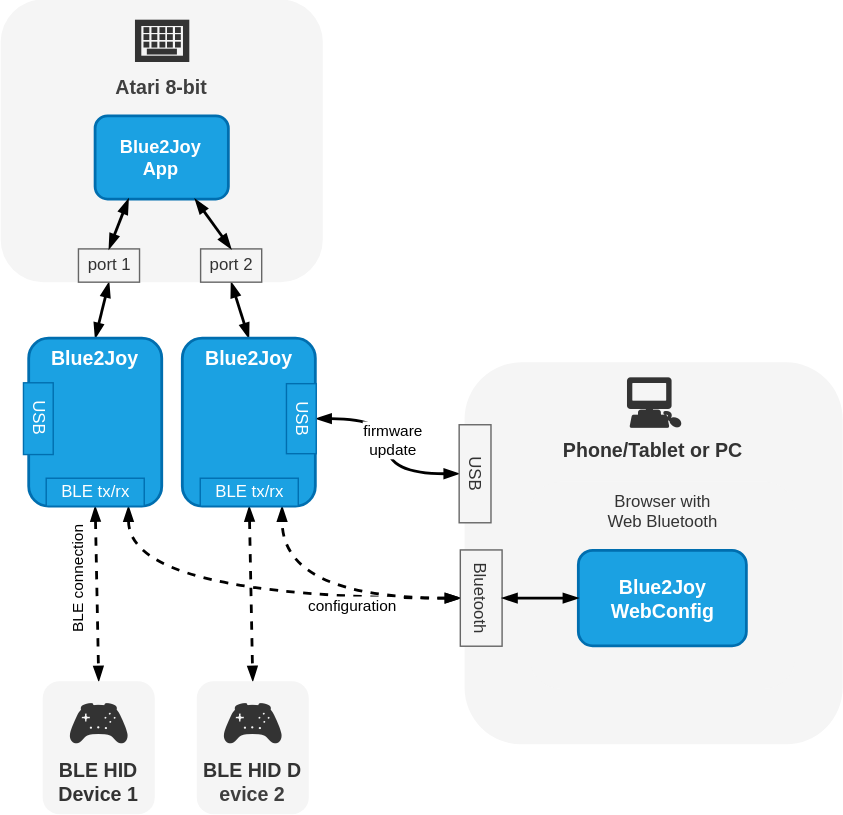
cepetr/blue2joy keeps this draw.io diagram as doc/images/sys.drawio.svg. Above is the earlier version. Source tidied: cells renumbered, new cells last; positions are measured from the earlier drawing's top-left corner, leaving out a move shared by most shapes. Source of this version:
```xml
<mxGraphModel>
  <root>
    <mxCell id="0" />
    <mxCell id="1" parent="0" />
    <mxCell id="2" style="edgeStyle=none;html=1;entryX=0.5;entryY=0;entryDx=0;entryDy=0;strokeWidth=2;endArrow=blockThin;endFill=1;dashed=1;startArrow=blockThin;startFill=1;exitX=0.5;exitY=1;exitDx=0;exitDy=0;" parent="1" edge="1" source="16" target="4">
      <mxGeometry relative="1" as="geometry" />
    </mxCell>
    <mxCell id="3" value="BLE connection" style="edgeLabel;html=1;align=center;verticalAlign=middle;rotation=-90;" parent="2" vertex="1">
      <mxGeometry x="-0.43" y="-2" relative="1" as="geometry">
        <mxPoint x="-12" y="17" as="offset" />
      </mxGeometry>
    </mxCell>
    <mxCell id="4" value="&lt;font style=&quot;font-size: 40px;&quot;&gt;&lt;font style=&quot;&quot;&gt;🎮&lt;/font&gt;&lt;br&gt;&lt;/font&gt;BLE HID Device 1" style="rounded=1;whiteSpace=wrap;html=1;fillColor=#f5f5f5;strokeColor=none;strokeWidth=2;fontSize=14;fontStyle=1;fontColor=#333333;" parent="1" vertex="1">
      <mxGeometry x="30" y="487" width="80" height="95" as="geometry" />
    </mxCell>
    <mxCell id="5" style="edgeStyle=orthogonalEdgeStyle;html=1;entryX=0.75;entryY=1;entryDx=0;entryDy=0;exitX=0.5;exitY=1;exitDx=0;exitDy=0;strokeWidth=2;endArrow=blockThin;endFill=1;dashed=1;curved=1;startArrow=blockThin;startFill=1;" parent="1" edge="1" source="28" target="15">
      <mxGeometry relative="1" as="geometry" />
    </mxCell>
    <mxCell id="6" value="configuration" style="edgeLabel;html=1;align=center;verticalAlign=middle;" parent="5" vertex="1">
      <mxGeometry x="-0.4" y="-5" relative="1" as="geometry">
        <mxPoint x="13" y="10" as="offset" />
      </mxGeometry>
    </mxCell>
    <mxCell id="7" style="edgeStyle=orthogonalEdgeStyle;html=1;entryX=0.75;entryY=1;entryDx=0;entryDy=0;exitX=0.5;exitY=1;exitDx=0;exitDy=0;strokeWidth=2;endArrow=blockThin;endFill=1;dashed=1;curved=1;startArrow=blockThin;startFill=1;" parent="1" edge="1" source="28" target="20">
      <mxGeometry relative="1" as="geometry" />
    </mxCell>
    <mxCell id="8" style="edgeStyle=none;html=1;exitX=0.5;exitY=1;exitDx=0;exitDy=0;strokeWidth=2;endArrow=blockThin;endFill=1;entryX=0.5;entryY=0;entryDx=0;entryDy=0;startArrow=blockThin;startFill=1;" parent="1" edge="1" source="34" target="15">
      <mxGeometry relative="1" as="geometry" />
    </mxCell>
    <mxCell id="9" style="edgeStyle=none;html=1;exitX=0.5;exitY=1;exitDx=0;exitDy=0;entryX=0.5;entryY=0;entryDx=0;entryDy=0;strokeWidth=2;endArrow=blockThin;endFill=1;startArrow=blockThin;startFill=1;" parent="1" edge="1" source="35" target="20">
      <mxGeometry relative="1" as="geometry" />
    </mxCell>
    <mxCell id="10" style="edgeStyle=none;html=1;exitX=0.5;exitY=1;exitDx=0;exitDy=0;entryX=0.5;entryY=0;entryDx=0;entryDy=0;strokeWidth=2;endArrow=blockThin;endFill=1;dashed=1;startArrow=blockThin;startFill=1;" parent="1" edge="1" source="22" target="11">
      <mxGeometry relative="1" as="geometry" />
    </mxCell>
    <mxCell id="11" value="&lt;font style=&quot;font-size: 40px;&quot;&gt;&lt;font style=&quot;&quot;&gt;🎮 &lt;/font&gt;&lt;br&gt;&lt;/font&gt;BLE HID D&lt;span style=&quot;color: rgb(63, 63, 63); background-color: transparent;&quot;&gt;evice 2&lt;/span&gt;" style="rounded=1;whiteSpace=wrap;html=1;fillColor=#f5f5f5;strokeColor=none;strokeWidth=2;fontSize=14;fontStyle=1;fontColor=#333333;" parent="1" vertex="1">
      <mxGeometry x="140" y="487" width="80" height="95" as="geometry" />
    </mxCell>
    <mxCell id="12" style="edgeStyle=orthogonalEdgeStyle;html=1;exitX=0.5;exitY=1;exitDx=0;exitDy=0;entryX=0.5;entryY=0;entryDx=0;entryDy=0;curved=1;endArrow=blockThin;endFill=1;strokeWidth=2;startArrow=blockThin;startFill=1;" parent="1" edge="1" source="30" target="21">
      <mxGeometry relative="1" as="geometry" />
    </mxCell>
    <mxCell id="13" value="firmware&lt;div&gt;update&lt;/div&gt;" style="edgeLabel;html=1;align=center;verticalAlign=middle;" parent="12" vertex="1">
      <mxGeometry x="0.05" y="7" relative="1" as="geometry">
        <mxPoint x="10" as="offset" />
      </mxGeometry>
    </mxCell>
    <mxCell id="14" style="group;" parent="1" vertex="1">
      <mxGeometry x="16.2" y="242" width="98.8" height="120" as="geometry" />
    </mxCell>
    <mxCell id="15" value="Blue2Joy" style="rounded=1;whiteSpace=wrap;html=1;perimeter=rectanglePerimeter;fillColor=#1ba1e2;strokeColor=#006EAF;fontColor=#ffffff;strokeWidth=2;fontStyle=1;fontSize=14;verticalAlign=top;" parent="14" vertex="1">
      <mxGeometry x="3.8" width="95" height="120" as="geometry" />
    </mxCell>
    <mxCell id="16" value="BLE tx/rx" style="rounded=0;whiteSpace=wrap;html=1;fillColor=#1ba1e2;fontColor=#ffffff;strokeColor=#006EAF;" parent="14" vertex="1">
      <mxGeometry x="16.2" y="100" width="70" height="20" as="geometry" />
    </mxCell>
    <mxCell id="17" value="USB" style="rounded=0;whiteSpace=wrap;html=1;rotation=90;fillColor=#1ba1e2;fontColor=#ffffff;strokeColor=#006EAF;" parent="14" vertex="1">
      <mxGeometry x="-15" y="46.9" width="51.2" height="21.2" as="geometry" />
    </mxCell>
    <mxCell id="18" style="group;" parent="1" vertex="1">
      <mxGeometry x="129.7" y="242" width="95.6" height="120" as="geometry" />
    </mxCell>
    <mxCell id="19" style="group;" parent="18" vertex="1">
      <mxGeometry width="95.6" height="120" as="geometry" />
    </mxCell>
    <mxCell id="20" value="Blue2Joy" style="rounded=1;whiteSpace=wrap;html=1;fillColor=#1ba1e2;strokeColor=#006EAF;fontColor=#ffffff;strokeWidth=2;fontStyle=1;fontSize=14;verticalAlign=top;" parent="19" vertex="1">
      <mxGeometry width="95" height="120" as="geometry" />
    </mxCell>
    <mxCell id="21" value="USB" style="rounded=0;whiteSpace=wrap;html=1;rotation=90;fillColor=#1ba1e2;fontColor=#ffffff;strokeColor=#006EAF;" parent="19" vertex="1">
      <mxGeometry x="60" y="46.9" width="50" height="21.2" as="geometry" />
    </mxCell>
    <mxCell id="22" value="BLE tx/rx" style="rounded=0;whiteSpace=wrap;html=1;fillColor=#1ba1e2;fontColor=#ffffff;strokeColor=#006EAF;" parent="19" vertex="1">
      <mxGeometry x="12.8" y="100" width="70" height="20" as="geometry" />
    </mxCell>
    <mxCell id="23" style="edgeStyle=none;html=1;" parent="19" edge="1" source="21" target="20">
      <mxGeometry relative="1" as="geometry" />
    </mxCell>
    <mxCell id="24" style="group;" parent="1" vertex="1">
      <mxGeometry x="330" y="282" width="271.2" height="250" as="geometry" />
    </mxCell>
    <mxCell id="25" value="&lt;font style=&quot;font-size: 40px;&quot;&gt;💻 &lt;/font&gt;&lt;br&gt;Phone/Tablet or PC" style="rounded=1;whiteSpace=wrap;html=1;align=center;verticalAlign=top;fillColor=#f5f5f5;strokeColor=none;strokeWidth=2;fontSize=14;fontStyle=1;fontColor=#333333;" parent="24" vertex="1">
      <mxGeometry x="1.2" y="-22.7" width="270" height="272.7" as="geometry" />
    </mxCell>
    <mxCell id="26" value="Browser with &lt;br&gt;Web Bluetooth" style="rounded=1;whiteSpace=wrap;html=1;align=center;verticalAlign=top;fillColor=#f5f5f5;strokeColor=none;strokeWidth=2;fontColor=#333333;" parent="24" vertex="1">
      <mxGeometry x="47.5" y="62.5" width="190" height="147.7" as="geometry" />
    </mxCell>
    <mxCell id="27" value="Blue2Joy&lt;br&gt;WebConfig" style="rounded=1;whiteSpace=wrap;html=1;fillColor=#1ba1e2;fontColor=#ffffff;strokeColor=#006EAF;strokeWidth=2;fontSize=14;fontStyle=1;" parent="24" vertex="1">
      <mxGeometry x="82.5" y="111.5" width="120" height="68.2" as="geometry" />
    </mxCell>
    <mxCell id="28" value="Bluetooth" style="rounded=0;whiteSpace=wrap;html=1;rotation=90;fillColor=#f5f5f5;strokeColor=#666666;fontColor=#333333;" parent="24" vertex="1">
      <mxGeometry x="-21.2" y="130.7" width="68.8" height="29.8" as="geometry" />
    </mxCell>
    <mxCell id="29" style="edgeStyle=orthogonalEdgeStyle;html=1;exitX=0;exitY=0.5;exitDx=0;exitDy=0;entryX=0.5;entryY=0;entryDx=0;entryDy=0;curved=1;strokeWidth=2;endArrow=blockThin;endFill=1;startArrow=blockThin;startFill=1;" parent="24" edge="1" source="27" target="28">
      <mxGeometry relative="1" as="geometry" />
    </mxCell>
    <mxCell id="30" value="USB" style="rounded=0;whiteSpace=wrap;html=1;fillColor=#f5f5f5;strokeColor=#666666;rotation=90;fontColor=#333333;" parent="24" vertex="1">
      <mxGeometry x="-26.2" y="45.5" width="70" height="22.7" as="geometry" />
    </mxCell>
    <mxCell id="31" style="group;fontColor=#FFFFFF;" parent="1" vertex="1">
      <mxGeometry y="12" width="230" height="190" as="geometry" />
    </mxCell>
    <mxCell id="32" value="&lt;div style=&quot;&quot;&gt;&lt;font style=&quot;background-color: transparent;&quot;&gt;&lt;font style=&quot;font-size: 40px;&quot;&gt;⌨️&lt;/font&gt;&lt;br&gt;&lt;/font&gt;&lt;span style=&quot;color: rgb(63, 63, 63); background-color: transparent;&quot;&gt;Atari 8-bit&lt;/span&gt;&lt;/div&gt;" style="rounded=1;whiteSpace=wrap;html=1;align=center;verticalAlign=top;strokeWidth=2;fillColor=#f5f5f5;strokeColor=none;fontSize=14;fontStyle=1;fontColor=#333333;" parent="31" vertex="1">
      <mxGeometry y="-11.9" width="230" height="201.9" as="geometry" />
    </mxCell>
    <mxCell id="33" value="&lt;span style=&quot;font-size: 13px;&quot;&gt;&lt;b&gt;&lt;font style=&quot;color: rgb(255, 255, 255);&quot;&gt;Blue2Joy&lt;br&gt;App&lt;/font&gt;&lt;/b&gt;&lt;/span&gt;" style="rounded=1;whiteSpace=wrap;html=1;fillColor=#1ba1e2;fontColor=#FFFFFF;strokeColor=#006EAF;strokeWidth=2;" parent="31" vertex="1">
      <mxGeometry x="67.4" y="71.2" width="95.2" height="59.4" as="geometry" />
    </mxCell>
    <mxCell id="34" value="port 1" style="rounded=0;whiteSpace=wrap;html=1;fillColor=#f5f5f5;strokeColor=#666666;strokeWidth=1;fontColor=#333333;" parent="31" vertex="1">
      <mxGeometry x="55.5" y="166.2" width="43.6" height="23.8" as="geometry" />
    </mxCell>
    <mxCell id="35" value="port 2" style="rounded=0;whiteSpace=wrap;html=1;fillColor=#f5f5f5;strokeColor=#666666;strokeWidth=1;fontColor=#333333;" parent="31" vertex="1">
      <mxGeometry x="142.8" y="166.2" width="43.6" height="23.8" as="geometry" />
    </mxCell>
    <mxCell id="36" style="edgeStyle=none;html=1;exitX=0.25;exitY=1;exitDx=0;exitDy=0;entryX=0.5;entryY=0;entryDx=0;entryDy=0;strokeWidth=2;endArrow=blockThin;endFill=1;startArrow=blockThin;startFill=1;" parent="31" edge="1" source="33" target="34">
      <mxGeometry relative="1" as="geometry" />
    </mxCell>
    <mxCell id="37" style="edgeStyle=none;html=1;exitX=0.75;exitY=1;exitDx=0;exitDy=0;entryX=0.5;entryY=0;entryDx=0;entryDy=0;strokeWidth=2;endArrow=blockThin;endFill=1;startArrow=blockThin;startFill=1;" parent="31" edge="1" source="33" target="35">
      <mxGeometry relative="1" as="geometry" />
    </mxCell>
  </root>
</mxGraphModel>
```
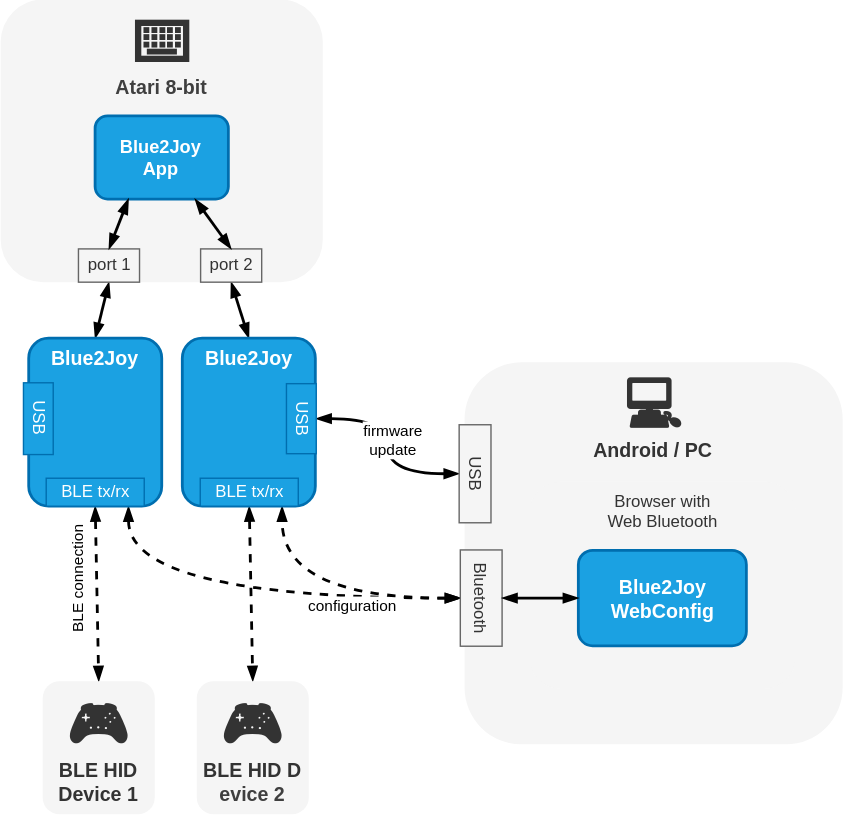
Above is the later version.

What changed in the source:
```diff
@@ -77,7 +77,7 @@
     <mxCell id="24" style="group;" parent="1" vertex="1">
       <mxGeometry x="330" y="282" width="271.2" height="250" as="geometry" />
     </mxCell>
-    <mxCell id="25" value="&lt;font style=&quot;font-size: 40px;&quot;&gt;💻 &lt;/font&gt;&lt;br&gt;Phone/Tablet or PC" style="rounded=1;whiteSpace=wrap;html=1;align=center;verticalAlign=top;fillColor=#f5f5f5;strokeColor=none;strokeWidth=2;fontSize=14;fontStyle=1;fontColor=#333333;" parent="24" vertex="1">
+    <mxCell id="25" value="&lt;font style=&quot;font-size: 40px;&quot;&gt;💻 &lt;/font&gt;&lt;br&gt;Android / PC" style="rounded=1;whiteSpace=wrap;html=1;align=center;verticalAlign=top;fillColor=#f5f5f5;strokeColor=none;strokeWidth=2;fontSize=14;fontStyle=1;fontColor=#333333;" parent="24" vertex="1">
       <mxGeometry x="1.2" y="-22.7" width="270" height="272.7" as="geometry" />
     </mxCell>
     <mxCell id="26" value="Browser with &lt;br&gt;Web Bluetooth" style="rounded=1;whiteSpace=wrap;html=1;align=center;verticalAlign=top;fillColor=#f5f5f5;strokeColor=none;strokeWidth=2;fontColor=#333333;" parent="24" vertex="1">
```
